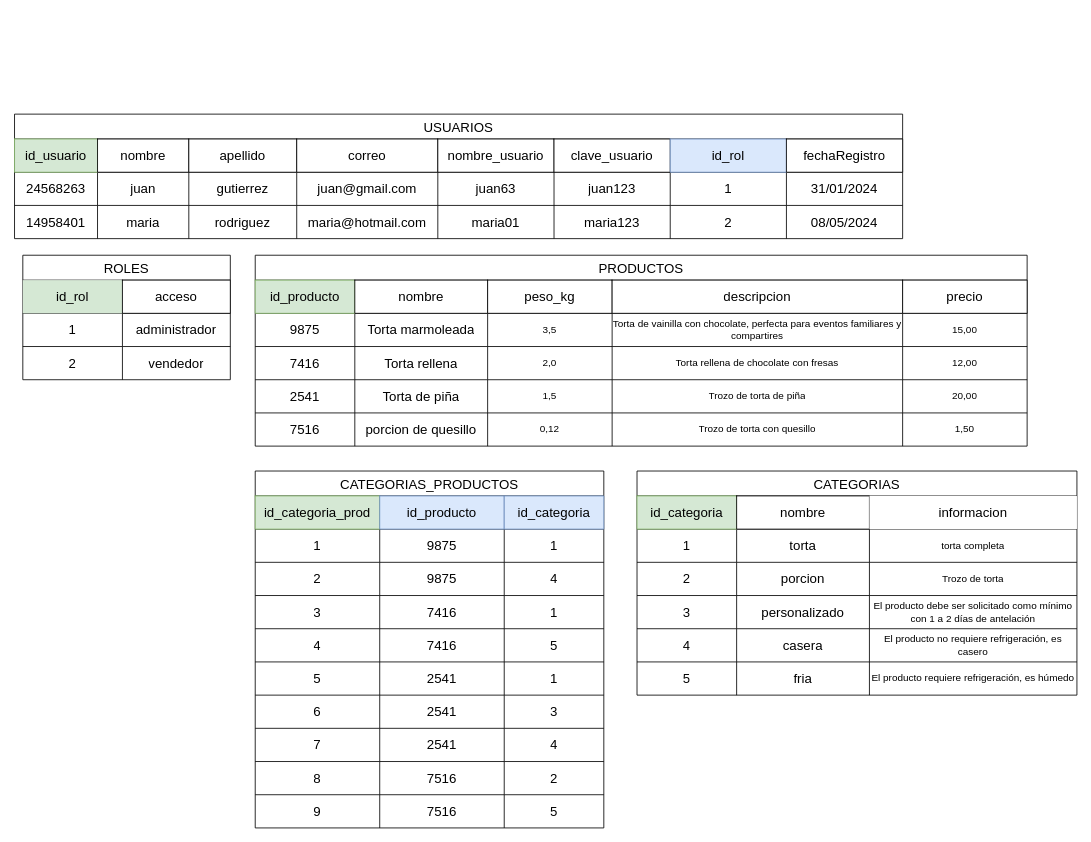
This is page "Base de Datos" (1 of 5) of TEG.drawio from AlbanyNVRodriguez/draw---diagrams, a draw.io file, before an edit. Source tidied: cells renumbered, new cells numbered last; positions are measured from the earlier drawing's top-left corner, leaving out a move shared by most shapes. Both pictures are drawn from the tidied source at 83%, with x=0, y=0 at pixel (14, 114).
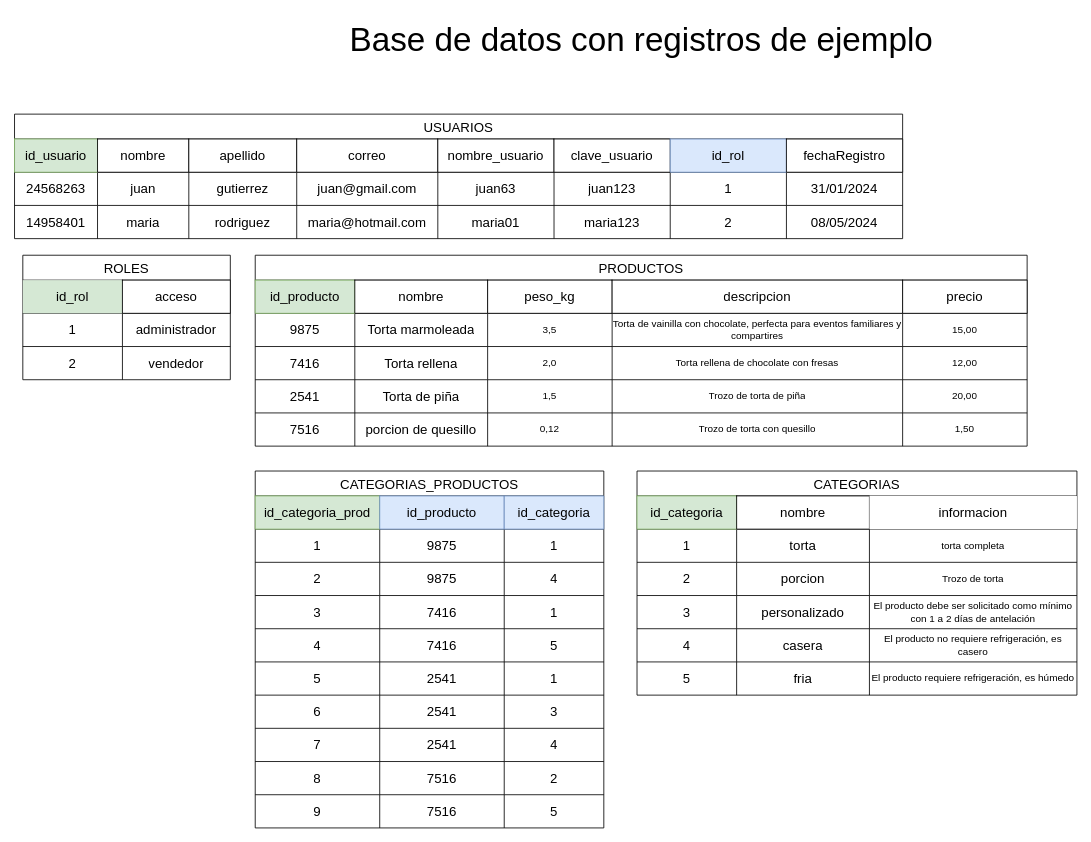
Above is the later version.

The edit, as a diff of the source:
```diff
@@
+    <mxCell id="137" value="Base de datos con registros de ejemplo" style="text;html=1;align=center;verticalAlign=middle;strokeColor=none;fillColor=none;fontSize=40;" parent="1" vertex="1">
+      <mxGeometry x="390" y="-120" width="730" height="60" as="geometry" />
+    </mxCell>
```
